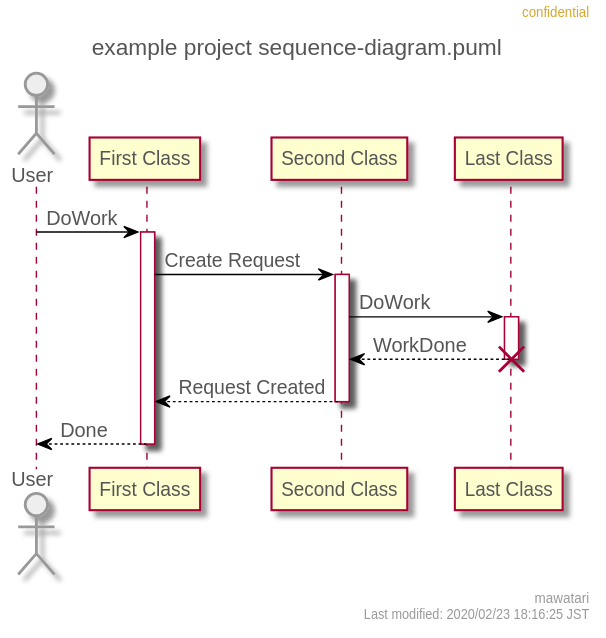
The PlantUML diagram sequence-diagram.svg in mawatari/example-project-uml, before a commit.
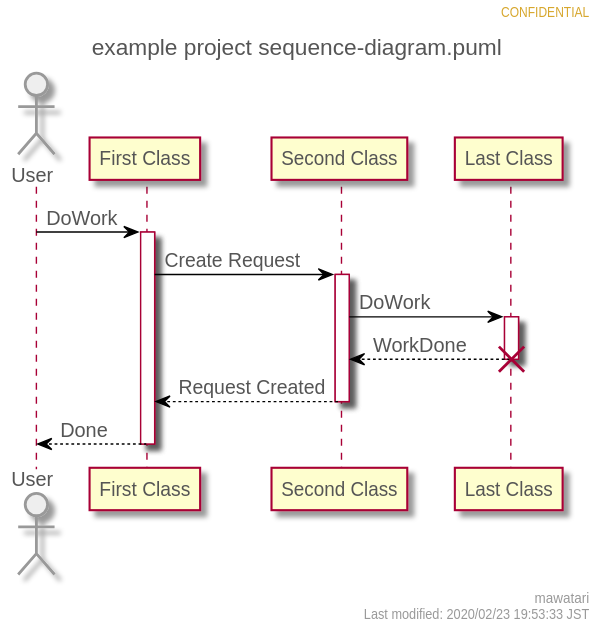
The same file after the commit.

Commit message:
Automatically generated PlantUML images.

What changed in the source:
```diff
@@ -42,8 +42,8 @@
   DiamondBackgroundColor #eeeeee
   DiamondBorderColor #999999
 }
-right header confidential
-right footer mawatari\nLast modified: 2020/02/23 18:16:25 JST
+right header CONFIDENTIAL
+right footer mawatari\nLast modified: 2020/02/23 19:53:33 JST
 title example project sequence-diagram.puml
 
 actor User
```
